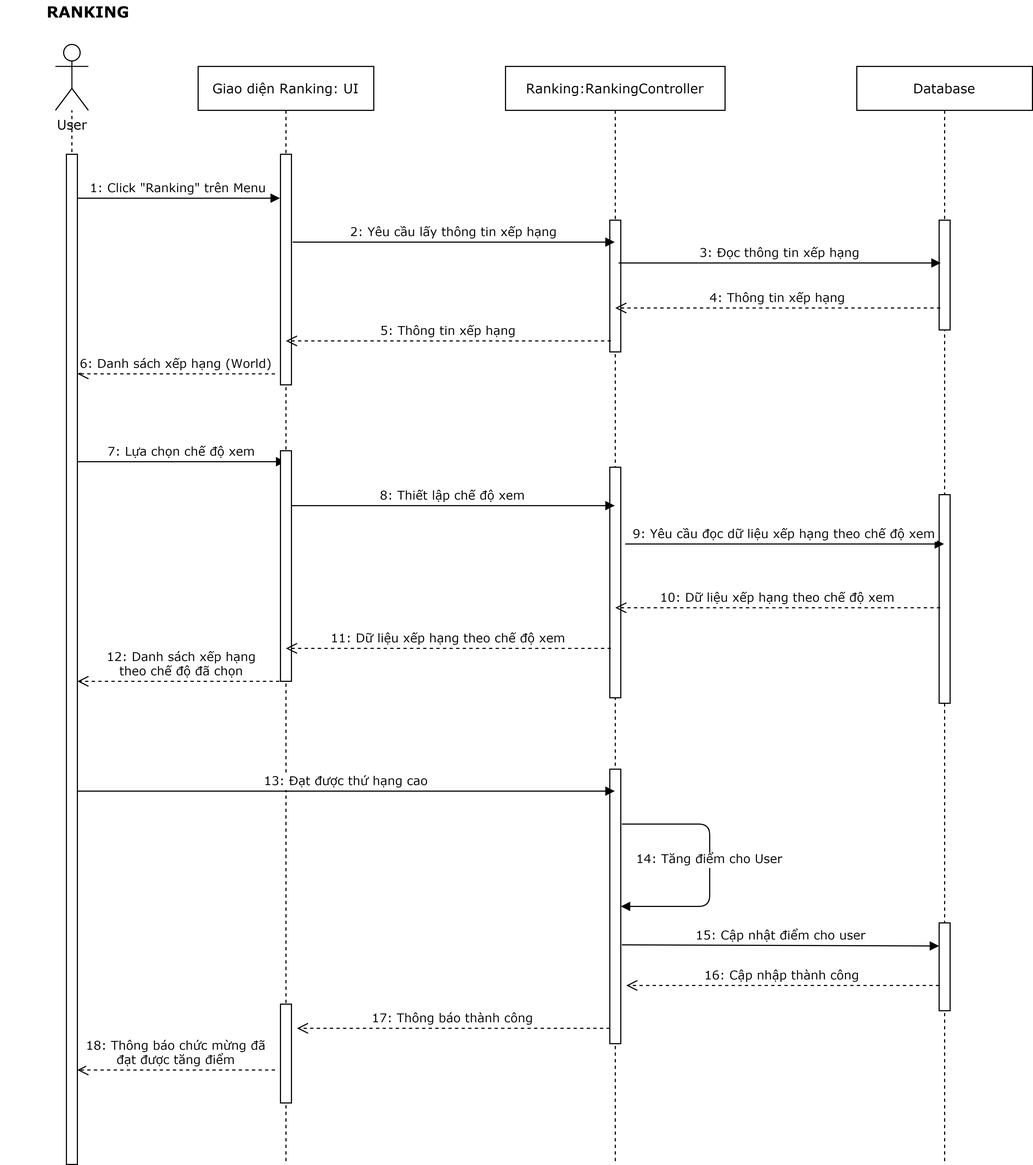
Earlier version of the draw.io export ToDoApp-Doc/Document/Diagram/Sequence Diagram/Ranking/Ranking_SequenceDiagram.png (Merevoli-DatLuu/To-Do-App). Source tidied: cells renumbered, new cells last; positions are measured from the earlier drawing's top-left corner, leaving out a move shared by most shapes.
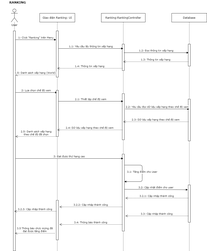
After the commit.

Commit message:
[Modified] Ranking Sequence Diagram

Change to the diagram source:
```diff
@@ -8,19 +8,19 @@
       </mxGeometry>
     </mxCell>
     <mxCell id="3" value="Giao diện Ranking: UI" style="shape=umlLifeline;perimeter=lifelinePerimeter;rounded=0;shadow=0;strokeWidth=1;fontFamily=Verdana;" parent="1" vertex="1">
-      <mxGeometry x="180" y="60" width="160" height="1000" as="geometry" />
+      <mxGeometry x="180" y="60" width="160" height="1080" as="geometry" />
     </mxCell>
     <mxCell id="4" style="perimeter=orthogonalPerimeter;rounded=0;shadow=0;strokeWidth=1;fontFamily=Verdana;" parent="3" vertex="1">
       <mxGeometry x="75" y="80" width="10" height="210" as="geometry" />
     </mxCell>
     <mxCell id="5" style="perimeter=orthogonalPerimeter;rounded=0;shadow=0;strokeWidth=1;fontFamily=Verdana;" parent="3" vertex="1">
-      <mxGeometry x="75" y="854" width="10" height="90" as="geometry" />
+      <mxGeometry x="75" y="850" width="10" height="180" as="geometry" />
     </mxCell>
     <mxCell id="6" value="User" style="shape=umlActor;verticalLabelPosition=bottom;verticalAlign=top;html=1;outlineConnect=0;fontFamily=Verdana;" parent="1" vertex="1">
       <mxGeometry x="50" y="40" width="30" height="60" as="geometry" />
     </mxCell>
     <mxCell id="7" style="perimeter=orthogonalPerimeter;rounded=0;shadow=0;strokeWidth=1;fontFamily=Verdana;" parent="1" vertex="1">
-      <mxGeometry x="60" y="140" width="10" height="920" as="geometry" />
+      <mxGeometry x="60" y="140" width="10" height="1000" as="geometry" />
     </mxCell>
     <mxCell id="8" value="1: Click &quot;Ranking&quot; trên Menu" style="verticalAlign=bottom;endArrow=block;shadow=0;strokeWidth=1;fontFamily=Verdana;exitX=1.1;exitY=0.117;exitDx=0;exitDy=0;exitPerimeter=0;" parent="1" edge="1">
       <mxGeometry relative="1" as="geometry">
@@ -32,7 +32,7 @@
       <mxGeometry width="160" height="20" as="geometry" />
     </mxCell>
     <mxCell id="10" value="Ranking:RankingController" style="shape=umlLifeline;perimeter=lifelinePerimeter;rounded=0;shadow=0;strokeWidth=1;fontFamily=Verdana;" parent="1" vertex="1">
-      <mxGeometry x="460" y="60" width="200" height="1000" as="geometry" />
+      <mxGeometry x="460" y="60" width="200" height="1080" as="geometry" />
     </mxCell>
     <mxCell id="11" style="perimeter=orthogonalPerimeter;rounded=0;shadow=0;strokeWidth=1;fontFamily=Verdana;" parent="10" vertex="1">
       <mxGeometry x="95" y="140" width="10" height="120" as="geometry" />
@@ -41,52 +41,52 @@
       <mxGeometry x="95" y="365" width="10" height="210" as="geometry" />
     </mxCell>
     <mxCell id="13" style="points=[];perimeter=orthogonalPerimeter;rounded=0;shadow=0;strokeWidth=1;fontFamily=Verdana;" parent="10" vertex="1">
-      <mxGeometry x="95" y="640" width="10" height="250" as="geometry" />
+      <mxGeometry x="95" y="640" width="10" height="350" as="geometry" />
     </mxCell>
     <mxCell id="14" value="Database" style="shape=umlLifeline;perimeter=lifelinePerimeter;rounded=0;shadow=0;strokeWidth=1;fontFamily=Verdana;" parent="1" vertex="1">
-      <mxGeometry x="780" y="60" width="160" height="1000" as="geometry" />
+      <mxGeometry x="780" y="60" width="160" height="1080" as="geometry" />
     </mxCell>
     <mxCell id="15" style="perimeter=orthogonalPerimeter;rounded=0;shadow=0;strokeWidth=1;fontFamily=Verdana;" parent="14" vertex="1">
       <mxGeometry x="75" y="390" width="10" height="190" as="geometry" />
     </mxCell>
     <mxCell id="16" style="points=[];perimeter=orthogonalPerimeter;rounded=0;shadow=0;strokeWidth=1;fontFamily=Verdana;" parent="14" vertex="1">
-      <mxGeometry x="75" y="780" width="10" height="80" as="geometry" />
+      <mxGeometry x="75" y="780" width="10" height="170" as="geometry" />
     </mxCell>
     <mxCell id="17" style="perimeter=orthogonalPerimeter;rounded=0;shadow=0;strokeWidth=1;fontFamily=Verdana;" parent="14" vertex="1">
       <mxGeometry x="75" y="140" width="10" height="100" as="geometry" />
     </mxCell>
-    <mxCell id="18" value="2: Yêu cầu lấy thông tin xếp hạng" style="verticalAlign=bottom;endArrow=block;shadow=0;strokeWidth=1;fontFamily=Verdana;" parent="1" edge="1" target="10">
+    <mxCell id="18" value="1.1: Yêu cầu lấy thông tin xếp hạng" style="verticalAlign=bottom;endArrow=block;shadow=0;strokeWidth=1;fontFamily=Verdana;" parent="1" edge="1" target="10">
       <mxGeometry relative="1" as="geometry">
         <mxPoint x="266" y="220" as="sourcePoint" />
       </mxGeometry>
     </mxCell>
-    <mxCell id="19" value="7: Lựa chọn chế độ xem" style="verticalAlign=bottom;endArrow=block;shadow=0;strokeWidth=1;fontFamily=Verdana;exitX=1.1;exitY=0.117;exitDx=0;exitDy=0;exitPerimeter=0;" parent="1" edge="1" target="3">
+    <mxCell id="19" value="2: Lựa chọn chế độ xem" style="verticalAlign=bottom;endArrow=block;shadow=0;strokeWidth=1;fontFamily=Verdana;exitX=1.1;exitY=0.117;exitDx=0;exitDy=0;exitPerimeter=0;" parent="1" edge="1" target="3">
       <mxGeometry relative="1" as="geometry">
         <mxPoint x="70" y="420" as="sourcePoint" />
       </mxGeometry>
     </mxCell>
-    <mxCell id="20" value="9: Yêu cầu đọc dữ liệu xếp hạng theo chế độ xem" style="verticalAlign=bottom;endArrow=block;shadow=0;strokeWidth=1;fontFamily=Verdana;exitX=1.4;exitY=0.333;exitDx=0;exitDy=0;exitPerimeter=0;" parent="1" edge="1" source="12" target="14">
+    <mxCell id="20" value="2.2: Yêu cầu đọc dữ liệu xếp hạng theo chế độ xem" style="verticalAlign=bottom;endArrow=block;shadow=0;strokeWidth=1;fontFamily=Verdana;exitX=1.4;exitY=0.333;exitDx=0;exitDy=0;exitPerimeter=0;" parent="1" edge="1" source="12" target="14">
       <mxGeometry relative="1" as="geometry" />
     </mxCell>
-    <mxCell id="21" value="3: Đọc thông tin xếp hạng" style="verticalAlign=bottom;endArrow=block;shadow=0;strokeWidth=1;fontFamily=Verdana;" parent="1" edge="1">
+    <mxCell id="21" value="1.2: Đọc thông tin xếp hạng" style="verticalAlign=bottom;endArrow=block;shadow=0;strokeWidth=1;fontFamily=Verdana;" parent="1" edge="1">
       <mxGeometry relative="1" as="geometry">
         <mxPoint x="563" y="239" as="sourcePoint" />
         <mxPoint x="856.5" y="239" as="targetPoint" />
       </mxGeometry>
     </mxCell>
-    <mxCell id="22" value="4: Thông tin xếp hạng" style="verticalAlign=bottom;endArrow=open;dashed=1;endSize=8;shadow=0;strokeWidth=1;fontFamily=Verdana;" parent="1" edge="1">
+    <mxCell id="22" value="1.3: Thông tin xếp hạng" style="verticalAlign=bottom;endArrow=open;dashed=1;endSize=8;shadow=0;strokeWidth=1;fontFamily=Verdana;" parent="1" edge="1">
       <mxGeometry relative="1" as="geometry">
         <mxPoint x="856" y="280" as="sourcePoint" />
         <mxPoint x="560" y="280" as="targetPoint" />
       </mxGeometry>
     </mxCell>
-    <mxCell id="23" value="5: Thông tin xếp hạng" style="verticalAlign=bottom;endArrow=open;dashed=1;endSize=8;shadow=0;strokeWidth=1;fontFamily=Verdana;" parent="1" edge="1">
+    <mxCell id="23" value="1.4: Thông tin xếp hạng" style="verticalAlign=bottom;endArrow=open;dashed=1;endSize=8;shadow=0;strokeWidth=1;fontFamily=Verdana;" parent="1" edge="1">
       <mxGeometry relative="1" as="geometry">
         <mxPoint x="556" y="310" as="sourcePoint" />
         <mxPoint x="260" y="310" as="targetPoint" />
       </mxGeometry>
     </mxCell>
-    <mxCell id="24" value="6: Danh sách xếp hạng (World)" style="verticalAlign=bottom;endArrow=open;dashed=1;endSize=8;shadow=0;strokeWidth=1;fontFamily=Verdana;" parent="1" edge="1">
+    <mxCell id="24" value="1.5: Danh sách xếp hạng (World)" style="verticalAlign=bottom;endArrow=open;dashed=1;endSize=8;shadow=0;strokeWidth=1;fontFamily=Verdana;" parent="1" edge="1">
       <mxGeometry relative="1" as="geometry">
         <mxPoint x="250" y="340" as="sourcePoint" />
         <mxPoint x="70" y="340" as="targetPoint" />
@@ -95,35 +95,35 @@
     <mxCell id="25" style="perimeter=orthogonalPerimeter;rounded=0;shadow=0;strokeWidth=1;fontFamily=Verdana;" parent="1" vertex="1">
       <mxGeometry x="255" y="410" width="10" height="210" as="geometry" />
     </mxCell>
-    <mxCell id="26" value="8: Thiết lập chế độ xem" style="verticalAlign=bottom;endArrow=block;shadow=0;strokeWidth=1;fontFamily=Verdana;exitX=1.1;exitY=0.117;exitDx=0;exitDy=0;exitPerimeter=0;" parent="1" edge="1" target="10">
+    <mxCell id="26" value="2.1: Thiết lập chế độ xem" style="verticalAlign=bottom;endArrow=block;shadow=0;strokeWidth=1;fontFamily=Verdana;exitX=1.1;exitY=0.117;exitDx=0;exitDy=0;exitPerimeter=0;" parent="1" edge="1" target="10">
       <mxGeometry relative="1" as="geometry">
         <mxPoint x="265" y="460" as="sourcePoint" />
       </mxGeometry>
     </mxCell>
-    <mxCell id="27" value="10: Dữ liệu xếp hạng theo chế độ xem" style="verticalAlign=bottom;endArrow=open;dashed=1;endSize=8;shadow=0;strokeWidth=1;fontFamily=Verdana;" parent="1" edge="1">
+    <mxCell id="27" value="2.3: Dữ liệu xếp hạng theo chế độ xem" style="verticalAlign=bottom;endArrow=open;dashed=1;endSize=8;shadow=0;strokeWidth=1;fontFamily=Verdana;" parent="1" edge="1">
       <mxGeometry relative="1" as="geometry">
         <mxPoint x="856" y="553" as="sourcePoint" />
         <mxPoint x="560" y="553" as="targetPoint" />
       </mxGeometry>
     </mxCell>
-    <mxCell id="28" value="11: Dữ liệu xếp hạng theo chế độ xem" style="verticalAlign=bottom;endArrow=open;dashed=1;endSize=8;shadow=0;strokeWidth=1;fontFamily=Verdana;" parent="1" edge="1">
+    <mxCell id="28" value="2.4: Dữ liệu xếp hạng theo chế độ xem" style="verticalAlign=bottom;endArrow=open;dashed=1;endSize=8;shadow=0;strokeWidth=1;fontFamily=Verdana;" parent="1" edge="1">
       <mxGeometry relative="1" as="geometry">
         <mxPoint x="556" y="590" as="sourcePoint" />
         <mxPoint x="260" y="590" as="targetPoint" />
       </mxGeometry>
     </mxCell>
-    <mxCell id="29" value="12: Danh sách xếp hạng&#10;theo chế độ đã chọn" style="verticalAlign=bottom;endArrow=open;dashed=1;endSize=8;shadow=0;strokeWidth=1;fontFamily=Verdana;" parent="1" edge="1">
+    <mxCell id="29" value="2.5: Danh sách xếp hạng&#10;theo chế độ đã chọn" style="verticalAlign=bottom;endArrow=open;dashed=1;endSize=8;shadow=0;strokeWidth=1;fontFamily=Verdana;" parent="1" edge="1">
       <mxGeometry relative="1" as="geometry">
         <mxPoint x="260" y="620" as="sourcePoint" />
         <mxPoint x="70" y="620" as="targetPoint" />
       </mxGeometry>
     </mxCell>
-    <mxCell id="30" value="13: Đạt được thứ hạng cao" style="verticalAlign=bottom;endArrow=block;shadow=0;strokeWidth=1;fontFamily=Verdana;exitX=1.4;exitY=0.333;exitDx=0;exitDy=0;exitPerimeter=0;" parent="1" edge="1" target="10">
+    <mxCell id="30" value="3: Đạt được thứ hạng cao" style="verticalAlign=bottom;endArrow=block;shadow=0;strokeWidth=1;fontFamily=Verdana;exitX=1.4;exitY=0.333;exitDx=0;exitDy=0;exitPerimeter=0;" parent="1" edge="1" target="10">
       <mxGeometry relative="1" as="geometry">
         <mxPoint x="70" y="720" as="sourcePoint" />
       </mxGeometry>
     </mxCell>
-    <mxCell id="31" value="14: Tăng điểm cho User" style="verticalAlign=bottom;endArrow=block;shadow=0;strokeWidth=1;fontFamily=Verdana;exitX=1.4;exitY=0.333;exitDx=0;exitDy=0;exitPerimeter=0;" parent="1" edge="1" target="13">
+    <mxCell id="31" value="3.1: Tăng điểm cho User" style="verticalAlign=bottom;endArrow=block;shadow=0;strokeWidth=1;fontFamily=Verdana;exitX=1.4;exitY=0.333;exitDx=0;exitDy=0;exitPerimeter=0;" parent="1" edge="1" target="13">
       <mxGeometry x="0.02" relative="1" as="geometry">
         <mxPoint x="566" y="750" as="sourcePoint" />
         <Array as="points">
@@ -132,28 +132,47 @@
         </Array>
       </mxGeometry>
     </mxCell>
-    <mxCell id="32" value="15: Cập nhật điểm cho user" style="verticalAlign=bottom;endArrow=block;shadow=0;strokeWidth=1;fontFamily=Verdana;exitX=1.4;exitY=0.333;exitDx=0;exitDy=0;exitPerimeter=0;entryX=0;entryY=0.263;entryDx=0;entryDy=0;entryPerimeter=0;" parent="1" edge="1" target="16">
+    <mxCell id="32" value="3.2: Cập nhật điểm cho user" style="verticalAlign=bottom;endArrow=block;shadow=0;strokeWidth=1;fontFamily=Verdana;exitX=1.4;exitY=0.333;exitDx=0;exitDy=0;exitPerimeter=0;" parent="1" edge="1">
       <mxGeometry relative="1" as="geometry">
         <mxPoint x="566" y="860" as="sourcePoint" />
+        <mxPoint x="853" y="862" as="targetPoint" />
       </mxGeometry>
     </mxCell>
-    <mxCell id="33" value="16: Cập nhập thành công" style="verticalAlign=bottom;endArrow=open;dashed=1;endSize=8;shadow=0;strokeWidth=1;fontFamily=Verdana;" parent="1" edge="1">
+    <mxCell id="33" value="3.3: Cập nhập thành công" style="verticalAlign=bottom;endArrow=open;dashed=1;endSize=8;shadow=0;strokeWidth=1;fontFamily=Verdana;" parent="1" edge="1">
       <mxGeometry relative="1" as="geometry">
-        <mxPoint x="855" y="897" as="sourcePoint" />
-        <mxPoint x="570" y="897" as="targetPoint" />
+        <mxPoint x="855" y="981" as="sourcePoint" />
+        <mxPoint x="570" y="981" as="targetPoint" />
       </mxGeometry>
     </mxCell>
-    <mxCell id="34" value="17: Thông báo thành công" style="verticalAlign=bottom;endArrow=open;dashed=1;endSize=8;shadow=0;strokeWidth=1;fontFamily=Verdana;" parent="1" edge="1">
+    <mxCell id="34" value="3.4: Thông báo thành công" style="verticalAlign=bottom;endArrow=open;dashed=1;endSize=8;shadow=0;strokeWidth=1;fontFamily=Verdana;" parent="1" edge="1">
       <mxGeometry relative="1" as="geometry">
-        <mxPoint x="555" y="936" as="sourcePoint" />
-        <mxPoint x="270" y="936" as="targetPoint" />
+        <mxPoint x="555" y="1020" as="sourcePoint" />
+        <mxPoint x="270" y="1020" as="targetPoint" />
       </mxGeometry>
     </mxCell>
-    <mxCell id="35" value="18: Thông báo chức mừng đã&#10;đạt được tăng điểm" style="verticalAlign=bottom;endArrow=open;dashed=1;endSize=8;shadow=0;strokeWidth=1;fontFamily=Verdana;" parent="1" edge="1">
+    <mxCell id="35" value="3.5 Thông báo chức mừng đã&#10;đạt được tăng điểm" style="verticalAlign=bottom;endArrow=open;dashed=1;endSize=8;shadow=0;strokeWidth=1;fontFamily=Verdana;" parent="1" edge="1">
       <mxGeometry relative="1" as="geometry">
-        <mxPoint x="250" y="974" as="sourcePoint" />
-        <mxPoint x="70" y="974" as="targetPoint" />
+        <mxPoint x="248" y="1060" as="sourcePoint" />
+        <mxPoint x="68" y="1060" as="targetPoint" />
       </mxGeometry>
     </mxCell>
+    <mxCell id="36" value="3.2.1: Cập nhập thành công" style="verticalAlign=bottom;endArrow=open;dashed=1;endSize=8;shadow=0;strokeWidth=1;fontFamily=Verdana;" parent="1" edge="1">
+      <mxGeometry relative="1" as="geometry">
+        <mxPoint x="855" y="900" as="sourcePoint" />
+        <mxPoint x="570" y="900" as="targetPoint" />
+      </mxGeometry>
+    </mxCell>
+    <mxCell id="37" value="3.2.2: Cập nhập thành công" style="verticalAlign=bottom;endArrow=open;dashed=1;endSize=8;shadow=0;strokeWidth=1;fontFamily=Verdana;" parent="1" edge="1">
+      <mxGeometry relative="1" as="geometry">
+        <mxPoint x="555" y="940" as="sourcePoint" />
+        <mxPoint x="270" y="940" as="targetPoint" />
+      </mxGeometry>
+    </mxCell>
+    <mxCell id="38" value="3.2.3: Cập nhập thành công" style="verticalAlign=bottom;endArrow=open;dashed=1;endSize=8;shadow=0;strokeWidth=1;fontFamily=Verdana;" parent="1" edge="1">
+      <mxGeometry relative="1" as="geometry">
+        <mxPoint x="255" y="960" as="sourcePoint" />
+        <mxPoint x="65" y="960" as="targetPoint" />
+      </mxGeometry>
+    </mxCell>
   </root>
 </mxGraphModel>
```
